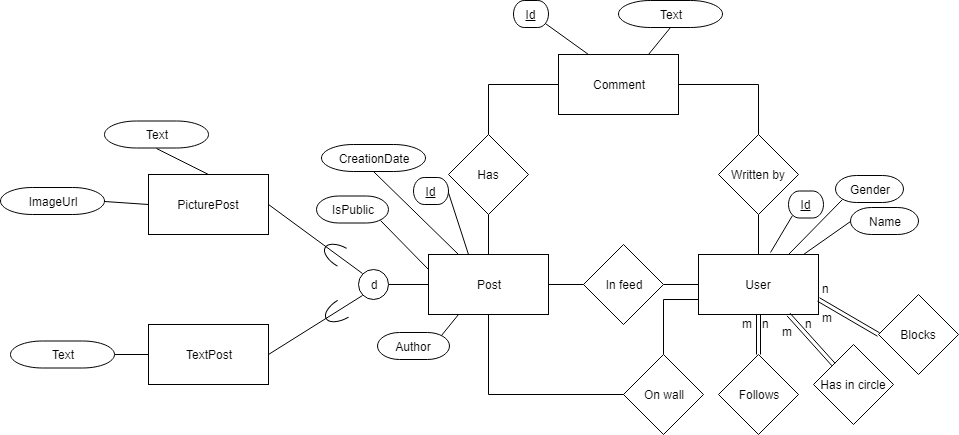
Earlier version of the draw.io export SocialMediaChen.png (akblabla/SocialNetworkGruppe8). Source tidied: cells renumbered, new cells last; positions are measured from the earlier drawing's top-left corner, leaving out a move shared by most shapes. The source it was exported from:
```xml
<mxGraphModel>
  <root>
    <mxCell id="0" />
    <mxCell id="1" parent="0" />
    <mxCell id="2" style="edgeStyle=orthogonalEdgeStyle;rounded=0;jettySize=auto;html=1;exitX=0;exitY=0.75;exitDx=0;exitDy=0;entryX=0.5;entryY=0;entryDx=0;entryDy=0;endArrow=none;endFill=0;" parent="1" edge="1" source="5" target="19">
      <mxGeometry relative="1" as="geometry" />
    </mxCell>
    <mxCell id="3" style="edgeStyle=none;rounded=0;jettySize=auto;html=1;exitX=0.75;exitY=0;exitDx=0;exitDy=0;entryX=0.11;entryY=0.89;entryDx=0;entryDy=0;entryPerimeter=0;endArrow=none;endFill=0;" parent="1" edge="1" source="5" target="46">
      <mxGeometry relative="1" as="geometry" />
    </mxCell>
    <mxCell id="4" style="edgeStyle=none;rounded=0;jettySize=auto;html=1;exitX=0.875;exitY=0;exitDx=0;exitDy=0;entryX=0;entryY=0.5;entryDx=0;entryDy=0;entryPerimeter=0;endArrow=none;endFill=0;exitPerimeter=0;" parent="1" edge="1" source="5" target="47">
      <mxGeometry relative="1" as="geometry" />
    </mxCell>
    <mxCell id="5" value="User" style="rounded=0;whiteSpace=wrap;html=1;" parent="1" vertex="1">
      <mxGeometry x="698" y="254" width="120" height="60" as="geometry" />
    </mxCell>
    <mxCell id="6" style="edgeStyle=orthogonalEdgeStyle;rounded=0;jettySize=auto;html=1;exitX=1;exitY=0.5;exitDx=0;exitDy=0;entryX=0;entryY=0.5;entryDx=0;entryDy=0;endArrow=none;endFill=0;" parent="1" edge="1" source="9" target="21">
      <mxGeometry relative="1" as="geometry" />
    </mxCell>
    <mxCell id="7" style="rounded=0;jettySize=auto;html=1;exitX=0.333;exitY=0;exitDx=0;exitDy=0;entryX=0.89;entryY=0.11;entryDx=0;entryDy=0;entryPerimeter=0;endArrow=none;endFill=0;exitPerimeter=0;" parent="1" edge="1" source="9" target="45">
      <mxGeometry relative="1" as="geometry" />
    </mxCell>
    <mxCell id="8" style="edgeStyle=none;rounded=0;jettySize=auto;html=1;exitX=0.25;exitY=0;exitDx=0;exitDy=0;entryX=0.5;entryY=1;entryDx=0;entryDy=0;entryPerimeter=0;endArrow=none;endFill=0;" parent="1" edge="1" source="9" target="48">
      <mxGeometry relative="1" as="geometry" />
    </mxCell>
    <mxCell id="9" value="Post" style="rounded=0;whiteSpace=wrap;html=1;" parent="1" vertex="1">
      <mxGeometry x="428" y="254" width="120" height="60" as="geometry" />
    </mxCell>
    <mxCell id="10" value="Comment" style="rounded=0;whiteSpace=wrap;html=1;" parent="1" vertex="1">
      <mxGeometry x="558" y="54" width="120" height="60" as="geometry" />
    </mxCell>
    <mxCell id="11" value="PicturePost" style="rounded=0;whiteSpace=wrap;html=1;" parent="1" vertex="1">
      <mxGeometry x="148" y="174" width="120" height="60" as="geometry" />
    </mxCell>
    <mxCell id="12" value="TextPost" style="rounded=0;whiteSpace=wrap;html=1;" parent="1" vertex="1">
      <mxGeometry x="148" y="324" width="120" height="60" as="geometry" />
    </mxCell>
    <mxCell id="13" value="Follows" style="rhombus;whiteSpace=wrap;html=1;" parent="1" vertex="1">
      <mxGeometry x="718" y="354" width="80" height="80" as="geometry" />
    </mxCell>
    <mxCell id="14" value="Has in circle" style="rhombus;whiteSpace=wrap;html=1;" parent="1" vertex="1">
      <mxGeometry x="813" y="344" width="80" height="80" as="geometry" />
    </mxCell>
    <mxCell id="15" value="Blocks" style="rhombus;whiteSpace=wrap;html=1;" parent="1" vertex="1">
      <mxGeometry x="878" y="294" width="80" height="80" as="geometry" />
    </mxCell>
    <mxCell id="16" style="shape=link;html=1;entryX=0;entryY=0.5;entryDx=0;entryDy=0;exitX=1;exitY=0.75;exitDx=0;exitDy=0;" parent="1" edge="1" source="5" target="15">
      <mxGeometry relative="1" as="geometry" />
    </mxCell>
    <mxCell id="17" style="shape=link;html=1;entryX=0.5;entryY=0;entryDx=0;entryDy=0;exitX=0.5;exitY=1;exitDx=0;exitDy=0;" parent="1" edge="1" source="5" target="13">
      <mxGeometry relative="1" as="geometry" />
    </mxCell>
    <mxCell id="18" style="shape=link;html=1;exitX=0.75;exitY=1;exitDx=0;exitDy=0;entryX=0;entryY=0;entryDx=0;entryDy=0;" parent="1" edge="1" source="5" target="14">
      <mxGeometry relative="1" as="geometry" />
    </mxCell>
    <mxCell id="19" value="On wall" style="rhombus;whiteSpace=wrap;html=1;" parent="1" vertex="1">
      <mxGeometry x="623" y="354" width="80" height="80" as="geometry" />
    </mxCell>
    <mxCell id="20" style="edgeStyle=orthogonalEdgeStyle;rounded=0;jettySize=auto;html=1;exitX=1;exitY=0.5;exitDx=0;exitDy=0;entryX=0;entryY=0.5;entryDx=0;entryDy=0;endArrow=none;endFill=0;" parent="1" edge="1" source="21" target="5">
      <mxGeometry relative="1" as="geometry" />
    </mxCell>
    <mxCell id="21" value="In feed" style="rhombus;whiteSpace=wrap;html=1;" parent="1" vertex="1">
      <mxGeometry x="583" y="244" width="80" height="80" as="geometry" />
    </mxCell>
    <mxCell id="22" style="endArrow=none;html=1;entryX=0.5;entryY=1;entryDx=0;entryDy=0;exitX=0;exitY=0.5;exitDx=0;exitDy=0;edgeStyle=orthogonalEdgeStyle;rounded=0;" parent="1" edge="1" source="19" target="9">
      <mxGeometry relative="1" as="geometry" />
    </mxCell>
    <mxCell id="23" style="rounded=0;jettySize=auto;html=1;exitX=0;exitY=1;exitDx=0;exitDy=0;entryX=1;entryY=0.5;entryDx=0;entryDy=0;endArrow=none;endFill=0;" parent="1" edge="1" source="25" target="12">
      <mxGeometry relative="1" as="geometry" />
    </mxCell>
    <mxCell id="24" style="edgeStyle=none;rounded=0;jettySize=auto;html=1;exitX=1;exitY=0.5;exitDx=0;exitDy=0;entryX=0;entryY=0.5;entryDx=0;entryDy=0;endArrow=none;endFill=0;" parent="1" edge="1" source="25" target="9">
      <mxGeometry relative="1" as="geometry" />
    </mxCell>
    <mxCell id="25" value="d" style="ellipse;whiteSpace=wrap;html=1;" parent="1" vertex="1">
      <mxGeometry x="358" y="269" width="30" height="30" as="geometry" />
    </mxCell>
    <mxCell id="26" style="rounded=0;jettySize=auto;html=1;exitX=0;exitY=0;exitDx=0;exitDy=0;entryX=1;entryY=0.5;entryDx=0;entryDy=0;endArrow=none;endFill=0;" parent="1" edge="1" source="25" target="11">
      <mxGeometry relative="1" as="geometry" />
    </mxCell>
    <mxCell id="27" style="verticalLabelPosition=bottom;verticalAlign=top;html=1;shape=mxgraph.basic.arc;startAngle=0.5;endAngle=0.9920488743719118;rotation=-30;" parent="1" vertex="1">
      <mxGeometry x="323" y="298" width="40" height="20" as="geometry" />
    </mxCell>
    <mxCell id="28" style="verticalLabelPosition=bottom;verticalAlign=top;html=1;shape=mxgraph.basic.arc;startAngle=0.5;endAngle=0.9920488743719118;rotation=30;" parent="1" vertex="1">
      <mxGeometry x="322" y="247" width="40" height="20" as="geometry" />
    </mxCell>
    <mxCell id="29" style="edgeStyle=none;rounded=0;jettySize=auto;html=1;exitX=0.5;exitY=1;exitDx=0;exitDy=0;entryX=0.5;entryY=0;entryDx=0;entryDy=0;endArrow=none;endFill=0;" parent="1" edge="1" source="31" target="5">
      <mxGeometry relative="1" as="geometry" />
    </mxCell>
    <mxCell id="30" style="edgeStyle=orthogonalEdgeStyle;rounded=0;jettySize=auto;html=1;exitX=0.5;exitY=0;exitDx=0;exitDy=0;entryX=1;entryY=0.5;entryDx=0;entryDy=0;endArrow=none;endFill=0;" parent="1" edge="1" source="31" target="10">
      <mxGeometry relative="1" as="geometry" />
    </mxCell>
    <mxCell id="31" value="Written by" style="rhombus;whiteSpace=wrap;html=1;" parent="1" vertex="1">
      <mxGeometry x="718" y="134" width="80" height="80" as="geometry" />
    </mxCell>
    <mxCell id="32" style="edgeStyle=none;rounded=0;jettySize=auto;html=1;exitX=0.5;exitY=1;exitDx=0;exitDy=0;entryX=0.5;entryY=0;entryDx=0;entryDy=0;endArrow=none;endFill=0;" parent="1" edge="1" source="34" target="9">
      <mxGeometry relative="1" as="geometry" />
    </mxCell>
    <mxCell id="33" style="edgeStyle=orthogonalEdgeStyle;rounded=0;jettySize=auto;html=1;exitX=0.5;exitY=0;exitDx=0;exitDy=0;entryX=0;entryY=0.5;entryDx=0;entryDy=0;endArrow=none;endFill=0;elbow=vertical;" parent="1" edge="1" source="34" target="10">
      <mxGeometry relative="1" as="geometry" />
    </mxCell>
    <mxCell id="34" value="Has" style="rhombus;whiteSpace=wrap;html=1;" parent="1" vertex="1">
      <mxGeometry x="448" y="134" width="80" height="80" as="geometry" />
    </mxCell>
    <mxCell id="35" value="n" style="text;html=1;align=left;verticalAlign=top;spacingTop=-4;" parent="1" vertex="1">
      <mxGeometry x="820" y="279" width="20" height="20" as="geometry" />
    </mxCell>
    <mxCell id="36" value="n" style="text;html=1;align=left;verticalAlign=top;spacingTop=-4;" parent="1" vertex="1">
      <mxGeometry x="803" y="314" width="20" height="20" as="geometry" />
    </mxCell>
    <mxCell id="37" value="n" style="text;html=1;align=left;verticalAlign=top;spacingTop=-4;" parent="1" vertex="1">
      <mxGeometry x="760" y="314" width="20" height="20" as="geometry" />
    </mxCell>
    <mxCell id="38" value="m" style="text;html=1;align=left;verticalAlign=top;spacingTop=-4;" parent="1" vertex="1">
      <mxGeometry x="740" y="314" width="30" height="20" as="geometry" />
    </mxCell>
    <mxCell id="39" value="m" style="text;html=1;align=left;verticalAlign=top;spacingTop=-4;" parent="1" vertex="1">
      <mxGeometry x="780" y="322" width="30" height="20" as="geometry" />
    </mxCell>
    <mxCell id="40" value="m" style="text;html=1;align=left;verticalAlign=top;spacingTop=-4;" parent="1" vertex="1">
      <mxGeometry x="820" y="308" width="30" height="20" as="geometry" />
    </mxCell>
    <mxCell id="41" style="edgeStyle=none;rounded=0;jettySize=auto;html=1;exitX=0.11;exitY=0.11;exitDx=0;exitDy=0;exitPerimeter=0;endArrow=none;endFill=0;entryX=0.25;entryY=0;entryDx=0;entryDy=0;" parent="1" edge="1" source="42" target="10">
      <mxGeometry relative="1" as="geometry" />
    </mxCell>
    <mxCell id="42" value="&lt;u&gt;Id&lt;/u&gt;" style="strokeWidth=1;html=1;shape=mxgraph.flowchart.terminator;whiteSpace=wrap;" parent="1" vertex="1">
      <mxGeometry x="513" width="35" height="27" as="geometry" />
    </mxCell>
    <mxCell id="43" style="rounded=0;jettySize=auto;html=1;exitX=0.11;exitY=0.89;exitDx=0;exitDy=0;exitPerimeter=0;entryX=0.6;entryY=-0.033;entryDx=0;entryDy=0;entryPerimeter=0;endArrow=none;endFill=0;" parent="1" edge="1" source="44" target="5">
      <mxGeometry relative="1" as="geometry" />
    </mxCell>
    <mxCell id="44" value="&lt;u&gt;Id&lt;/u&gt;" style="strokeWidth=1;html=1;shape=mxgraph.flowchart.terminator;whiteSpace=wrap;" parent="1" vertex="1">
      <mxGeometry x="788" y="190.5" width="35" height="27" as="geometry" />
    </mxCell>
    <mxCell id="45" value="&lt;u&gt;Id&lt;/u&gt;" style="strokeWidth=1;html=1;shape=mxgraph.flowchart.terminator;whiteSpace=wrap;" parent="1" vertex="1">
      <mxGeometry x="413" y="177" width="35" height="27" as="geometry" />
    </mxCell>
    <mxCell id="46" value="Gender" style="strokeWidth=1;html=1;shape=mxgraph.flowchart.terminator;whiteSpace=wrap;" parent="1" vertex="1">
      <mxGeometry x="835" y="175" width="68" height="27" as="geometry" />
    </mxCell>
    <mxCell id="47" value="Name" style="strokeWidth=1;html=1;shape=mxgraph.flowchart.terminator;whiteSpace=wrap;" parent="1" vertex="1">
      <mxGeometry x="850" y="207" width="68" height="27" as="geometry" />
    </mxCell>
    <mxCell id="48" value="CreationDate" style="strokeWidth=1;html=1;shape=mxgraph.flowchart.terminator;whiteSpace=wrap;" parent="1" vertex="1">
      <mxGeometry x="321" y="144" width="104" height="27" as="geometry" />
    </mxCell>
    <mxCell id="49" style="edgeStyle=none;rounded=0;jettySize=auto;html=1;exitX=0.5;exitY=1;exitDx=0;exitDy=0;exitPerimeter=0;entryX=0.5;entryY=0;entryDx=0;entryDy=0;endArrow=none;endFill=0;" parent="1" edge="1" source="50" target="11">
      <mxGeometry relative="1" as="geometry" />
    </mxCell>
    <mxCell id="50" value="Text" style="strokeWidth=1;html=1;shape=mxgraph.flowchart.terminator;whiteSpace=wrap;" parent="1" vertex="1">
      <mxGeometry x="104" y="120.5" width="104" height="27" as="geometry" />
    </mxCell>
    <mxCell id="51" style="edgeStyle=none;rounded=0;jettySize=auto;html=1;exitX=1;exitY=0.5;exitDx=0;exitDy=0;exitPerimeter=0;entryX=0;entryY=0.5;entryDx=0;entryDy=0;endArrow=none;endFill=0;" parent="1" edge="1" source="52" target="11">
      <mxGeometry relative="1" as="geometry" />
    </mxCell>
    <mxCell id="52" value="ImageUrl" style="strokeWidth=1;html=1;shape=mxgraph.flowchart.terminator;whiteSpace=wrap;" parent="1" vertex="1">
      <mxGeometry y="187" width="104" height="27" as="geometry" />
    </mxCell>
    <mxCell id="53" style="edgeStyle=none;rounded=0;jettySize=auto;html=1;exitX=1;exitY=0.5;exitDx=0;exitDy=0;exitPerimeter=0;entryX=0;entryY=0.5;entryDx=0;entryDy=0;endArrow=none;endFill=0;" parent="1" edge="1" source="54" target="12">
      <mxGeometry relative="1" as="geometry" />
    </mxCell>
    <mxCell id="54" value="Text" style="strokeWidth=1;html=1;shape=mxgraph.flowchart.terminator;whiteSpace=wrap;" parent="1" vertex="1">
      <mxGeometry x="10" y="340.5" width="104" height="27" as="geometry" />
    </mxCell>
    <mxCell id="55" style="edgeStyle=none;rounded=0;jettySize=auto;html=1;exitX=0.89;exitY=0.89;exitDx=0;exitDy=0;exitPerimeter=0;entryX=0;entryY=0.25;entryDx=0;entryDy=0;endArrow=none;endFill=0;" parent="1" edge="1" source="56" target="9">
      <mxGeometry relative="1" as="geometry" />
    </mxCell>
    <mxCell id="56" value="IsPublic" style="strokeWidth=1;html=1;shape=mxgraph.flowchart.terminator;whiteSpace=wrap;" parent="1" vertex="1">
      <mxGeometry x="316" y="195.5" width="72" height="27" as="geometry" />
    </mxCell>
    <mxCell id="57" style="edgeStyle=none;rounded=0;jettySize=auto;html=1;exitX=0.89;exitY=0.11;exitDx=0;exitDy=0;exitPerimeter=0;entryX=0.25;entryY=1;entryDx=0;entryDy=0;endArrow=none;endFill=0;" parent="1" edge="1" source="58" target="9">
      <mxGeometry relative="1" as="geometry" />
    </mxCell>
    <mxCell id="58" value="Author" style="strokeWidth=1;html=1;shape=mxgraph.flowchart.terminator;whiteSpace=wrap;" parent="1" vertex="1">
      <mxGeometry x="377" y="332" width="72" height="27" as="geometry" />
    </mxCell>
    <mxCell id="59" style="edgeStyle=none;rounded=0;jettySize=auto;html=1;exitX=0.5;exitY=1;exitDx=0;exitDy=0;exitPerimeter=0;entryX=0.75;entryY=0;entryDx=0;entryDy=0;endArrow=none;endFill=0;" parent="1" edge="1" source="60" target="10">
      <mxGeometry relative="1" as="geometry" />
    </mxCell>
    <mxCell id="60" value="Text" style="strokeWidth=1;html=1;shape=mxgraph.flowchart.terminator;whiteSpace=wrap;" parent="1" vertex="1">
      <mxGeometry x="618" width="104" height="27" as="geometry" />
    </mxCell>
  </root>
</mxGraphModel>
```
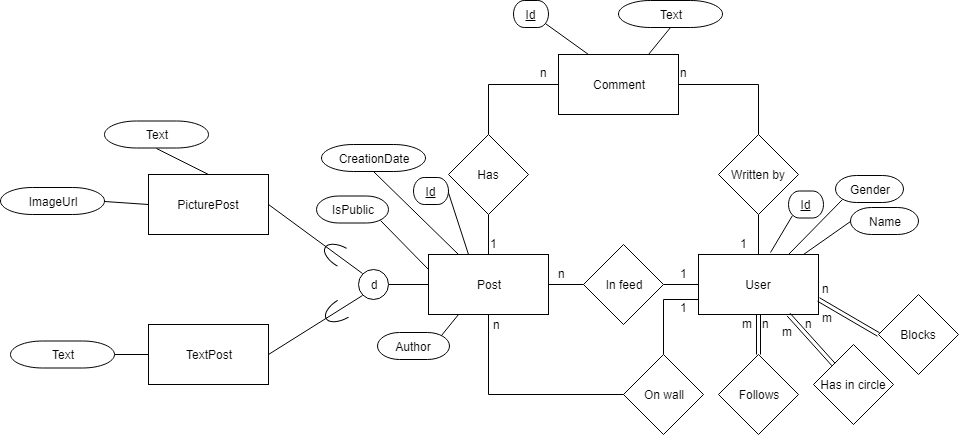
The same file after the commit.

Change to the diagram source:
```diff
@@ -179,5 +179,29 @@
     <mxCell id="60" value="Text" style="strokeWidth=1;html=1;shape=mxgraph.flowchart.terminator;whiteSpace=wrap;" parent="1" vertex="1">
       <mxGeometry x="618" width="104" height="27" as="geometry" />
     </mxCell>
+    <mxCell id="61" value="n" style="text;html=1;align=left;verticalAlign=top;spacingTop=-4;" parent="1" vertex="1">
+      <mxGeometry x="491" y="315" width="20" height="20" as="geometry" />
+    </mxCell>
+    <mxCell id="62" value="1" style="text;html=1;align=left;verticalAlign=top;spacingTop=-4;" parent="1" vertex="1">
+      <mxGeometry x="678" y="298" width="20" height="20" as="geometry" />
+    </mxCell>
+    <mxCell id="63" value="1" style="text;html=1;align=left;verticalAlign=top;spacingTop=-4;" parent="1" vertex="1">
+      <mxGeometry x="678" y="264" width="20" height="20" as="geometry" />
+    </mxCell>
+    <mxCell id="64" value="n" style="text;html=1;align=left;verticalAlign=top;spacingTop=-4;" parent="1" vertex="1">
+      <mxGeometry x="555.5" y="264" width="20" height="20" as="geometry" />
+    </mxCell>
+    <mxCell id="65" value="1" style="text;html=1;align=left;verticalAlign=top;spacingTop=-4;" parent="1" vertex="1">
+      <mxGeometry x="738" y="234" width="20" height="20" as="geometry" />
+    </mxCell>
+    <mxCell id="66" value="n" style="text;html=1;align=left;verticalAlign=top;spacingTop=-4;" parent="1" vertex="1">
+      <mxGeometry x="678" y="63" width="20" height="20" as="geometry" />
+    </mxCell>
+    <mxCell id="67" value="1" style="text;html=1;align=left;verticalAlign=top;spacingTop=-4;" parent="1" vertex="1">
+      <mxGeometry x="488" y="234" width="20" height="20" as="geometry" />
+    </mxCell>
+    <mxCell id="68" value="n" style="text;html=1;align=left;verticalAlign=top;spacingTop=-4;" parent="1" vertex="1">
+      <mxGeometry x="538" y="63" width="20" height="20" as="geometry" />
+    </mxCell>
   </root>
 </mxGraphModel>
```
